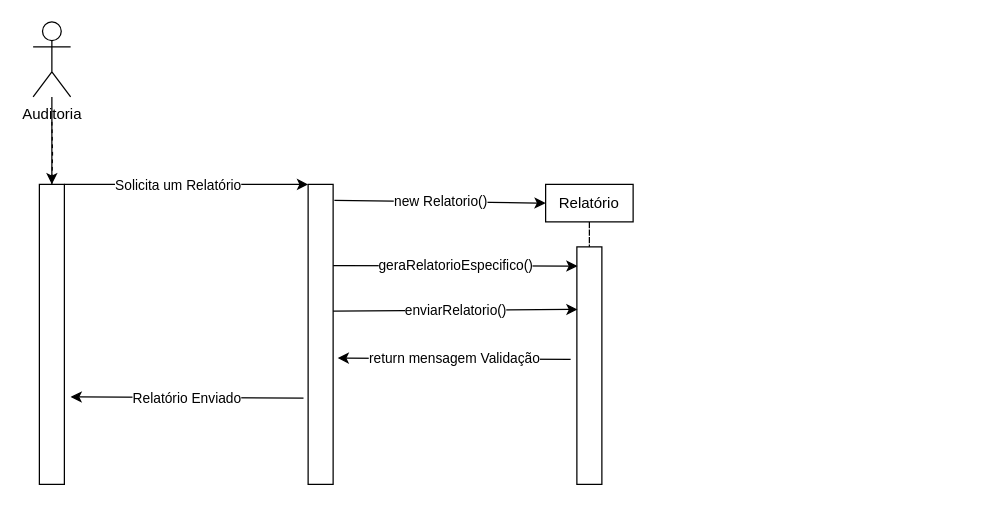
unifgabsantos/StockFEI keeps this draw.io diagram as DealBroker/DiagramasDeSequencia/UC005/Diagrama.drawio. Above is the earlier version. Source tidied: cells renumbered, new cells numbered last; positions are measured from the earlier drawing's top-left corner, leaving out a move shared by most shapes. Both pictures are drawn from the tidied source at 125%, with x=0, y=0 at pixel (32, 21).
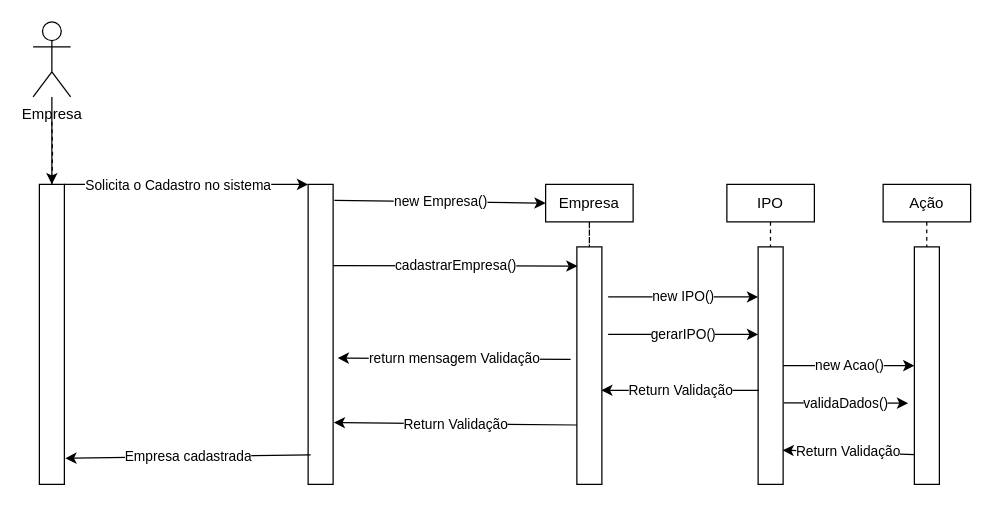
Above is the later version.

The change refers to these unchanged cells:
```xml
<mxCell id="5" style="edgeStyle=orthogonalEdgeStyle;rounded=0;jettySize=auto;html=1;exitX=1;exitY=0;exitDx=0;exitDy=0;entryX=0;entryY=0;entryDx=0;entryDy=0;endArrow=classic;endFill=1;" parent="1" edge="1" source="7" target="8">
  <mxGeometry relative="1" as="geometry">
    <Array as="points">
      <mxPoint x="120" y="130" />
      <mxPoint x="120" y="130" />
    </Array>
  </mxGeometry>
</mxCell>
<mxCell id="7" style="rounded=0;whiteSpace=wrap;html=1;fontStyle=1;" parent="1" vertex="1">
  <mxGeometry x="5" y="130" width="20" height="240" as="geometry" />
</mxCell>
<mxCell id="8" style="rounded=0;whiteSpace=wrap;html=1;fontStyle=1;" parent="1" vertex="1">
  <mxGeometry x="220" y="130" width="20" height="240" as="geometry" />
</mxCell>
<mxCell id="11" style="rounded=0;whiteSpace=wrap;html=1;fontStyle=1;" parent="1" vertex="1">
  <mxGeometry x="435" y="180" width="20" height="190" as="geometry" />
</mxCell>
```

Change to the diagram source:
```diff
@@
-    <mxCell id="4" value="Auditoria" style="shape=umlActor;verticalLabelPosition=bottom;verticalAlign=top;html=1;outlineConnect=0;" parent="1" vertex="1">
+    <mxCell id="4" value="Empresa" style="shape=umlActor;verticalLabelPosition=bottom;verticalAlign=top;html=1;outlineConnect=0;" parent="1" vertex="1">
       <mxGeometry width="30" height="60" as="geometry" />
     </mxCell>
@@
-    <mxCell id="6" value="Solicita um Relatório" style="edgeLabel;html=1;align=center;verticalAlign=middle;" parent="5" vertex="1">
+    <mxCell id="6" value="Solicita o Cadastro no sistema" style="edgeLabel;html=1;align=center;verticalAlign=middle;" parent="5" vertex="1">
       <mxGeometry x="-0.08" relative="1" as="geometry" />
     </mxCell>
@@
-    <mxCell id="10" value="Relatório" style="rounded=0;whiteSpace=wrap;html=1;" parent="1" vertex="1">
+    <mxCell id="10" value="Empresa" style="rounded=0;whiteSpace=wrap;html=1;" parent="1" vertex="1">
       <mxGeometry x="410" y="130" width="70" height="30" as="geometry" />
     </mxCell>
@@
-    <mxCell id="12" value="new Relatorio()" style="endArrow=classic;html=1;rounded=0;exitX=1.05;exitY=0.053;exitDx=0;exitDy=0;exitPerimeter=0;entryX=0;entryY=0.5;entryDx=0;entryDy=0;" parent="1" edge="1" source="8" target="10">
+    <mxCell id="12" value="new Empresa()" style="endArrow=classic;html=1;rounded=0;exitX=1.05;exitY=0.053;exitDx=0;exitDy=0;exitPerimeter=0;entryX=0;entryY=0.5;entryDx=0;entryDy=0;" parent="1" edge="1" source="8" target="10">
       <mxGeometry relative="1" as="geometry" />
     </mxCell>
-    <mxCell id="13" value="geraRelatorioEspecifico()" style="endArrow=classic;html=1;rounded=0;entryX=0.025;entryY=0.081;entryDx=0;entryDy=0;entryPerimeter=0;endFill=1;" parent="1" edge="1" target="11">
+    <mxCell id="13" value="cadastrarEmpresa()" style="endArrow=classic;html=1;rounded=0;entryX=0.025;entryY=0.081;entryDx=0;entryDy=0;entryPerimeter=0;endFill=1;" parent="1" edge="1" target="11">
       <mxGeometry relative="1" as="geometry">
         <mxPoint x="240" y="195" as="sourcePoint" />
       </mxGeometry>
     </mxCell>
@@
-    <mxCell id="15" value="enviarRelatorio()" style="endArrow=classic;html=1;rounded=0;exitX=1;exitY=0.25;exitDx=0;exitDy=0;entryX=0.025;entryY=0.081;entryDx=0;entryDy=0;entryPerimeter=0;endFill=1;" parent="1" edge="1">
-      <mxGeometry relative="1" as="geometry">
-        <mxPoint x="240" y="231.4" as="sourcePoint" />
-        <mxPoint x="435.5" y="230" as="targetPoint" />
-      </mxGeometry>
-    </mxCell>
-    <mxCell id="16" value="Relatório Enviado" style="endArrow=classic;html=1;rounded=0;entryX=1.183;entryY=0.579;entryDx=0;entryDy=0;endFill=1;entryPerimeter=0;" parent="1" edge="1">
-      <mxGeometry relative="1" as="geometry">
-        <mxPoint x="216.3" y="301" as="sourcePoint" />
-        <mxPoint x="30" y="300" as="targetPoint" />
-      </mxGeometry>
+    <mxCell id="16" value="Empresa cadastrada" style="endArrow=classic;html=1;rounded=0;entryX=1.037;entryY=0.913;entryDx=0;entryDy=0;endFill=1;entryPerimeter=0;exitX=0.1;exitY=0.902;exitDx=0;exitDy=0;exitPerimeter=0;" parent="1" edge="1" source="8" target="7">
+      <mxGeometry relative="1" as="geometry" />
     </mxCell>
+    <mxCell id="17" style="rounded=0;whiteSpace=wrap;html=1;fontStyle=1;" parent="1" vertex="1">
+      <mxGeometry x="580" y="180" width="20" height="190" as="geometry" />
+    </mxCell>
+    <mxCell id="18" value="IPO" style="rounded=0;whiteSpace=wrap;html=1;" parent="1" vertex="1">
+      <mxGeometry x="555" y="130" width="70" height="30" as="geometry" />
+    </mxCell>
+    <mxCell id="19" style="edgeStyle=orthogonalEdgeStyle;rounded=0;orthogonalLoop=1;jettySize=auto;html=1;endArrow=none;endFill=0;dashed=1;" parent="1" edge="1">
+      <mxGeometry relative="1" as="geometry">
+        <mxPoint x="589.9" y="160" as="sourcePoint" />
+        <mxPoint x="589.9" y="180" as="targetPoint" />
+      </mxGeometry>
+    </mxCell>
+    <mxCell id="20" value="new IPO()" style="endArrow=classic;html=1;rounded=0;entryX=0;entryY=0.211;entryDx=0;entryDy=0;entryPerimeter=0;" parent="1" edge="1" target="17">
+      <mxGeometry relative="1" as="geometry">
+        <mxPoint x="460" y="220" as="sourcePoint" />
+      </mxGeometry>
+    </mxCell>
+    <mxCell id="21" value="gerarIPO()" style="endArrow=classic;html=1;rounded=0;endFill=1;exitX=1.25;exitY=0.368;exitDx=0;exitDy=0;exitPerimeter=0;" parent="1" edge="1" source="11">
+      <mxGeometry relative="1" as="geometry">
+        <mxPoint x="580" y="250" as="targetPoint" />
+      </mxGeometry>
+    </mxCell>
+    <mxCell id="22" style="rounded=0;whiteSpace=wrap;html=1;fontStyle=1;" parent="1" vertex="1">
+      <mxGeometry x="705" y="180" width="20" height="190" as="geometry" />
+    </mxCell>
+    <mxCell id="23" value="Ação" style="rounded=0;whiteSpace=wrap;html=1;" parent="1" vertex="1">
+      <mxGeometry x="680" y="130" width="70" height="30" as="geometry" />
+    </mxCell>
+    <mxCell id="24" style="edgeStyle=orthogonalEdgeStyle;rounded=0;orthogonalLoop=1;jettySize=auto;html=1;endArrow=none;endFill=0;dashed=1;" parent="1" edge="1">
+      <mxGeometry relative="1" as="geometry">
+        <mxPoint x="714.9" y="160" as="sourcePoint" />
+        <mxPoint x="714.9" y="180" as="targetPoint" />
+      </mxGeometry>
+    </mxCell>
+    <mxCell id="25" value="new Acao()" style="endArrow=classic;html=1;rounded=0;endFill=1;exitX=1;exitY=0.5;exitDx=0;exitDy=0;entryX=0;entryY=0.5;entryDx=0;entryDy=0;" parent="1" edge="1" source="17" target="22">
+      <mxGeometry relative="1" as="geometry" />
+    </mxCell>
+    <mxCell id="26" value="validaDados()" style="endArrow=classic;html=1;rounded=0;endFill=1;exitX=1.025;exitY=0.657;exitDx=0;exitDy=0;exitPerimeter=0;" parent="1" edge="1" source="17">
+      <mxGeometry relative="1" as="geometry">
+        <mxPoint x="700" y="305" as="targetPoint" />
+      </mxGeometry>
+    </mxCell>
+    <mxCell id="27" value="Return Validação" style="endArrow=classic;html=1;rounded=0;endFill=1;entryX=0.979;entryY=0.856;entryDx=0;entryDy=0;exitX=0.014;exitY=0.875;exitDx=0;exitDy=0;entryPerimeter=0;exitPerimeter=0;" parent="1" edge="1" source="22" target="17">
+      <mxGeometry relative="1" as="geometry" />
+    </mxCell>
+    <mxCell id="28" value="Return Validação" style="endArrow=classic;html=1;rounded=0;endFill=1;entryX=0.974;entryY=0.604;entryDx=0;entryDy=0;exitX=0.034;exitY=0.604;exitDx=0;exitDy=0;entryPerimeter=0;exitPerimeter=0;" parent="1" edge="1" source="17" target="11">
+      <mxGeometry relative="1" as="geometry" />
+    </mxCell>
+    <mxCell id="29" value="Return Validação" style="endArrow=classic;html=1;rounded=0;endFill=1;entryX=1.027;entryY=0.794;entryDx=0;entryDy=0;exitX=0;exitY=0.75;exitDx=0;exitDy=0;entryPerimeter=0;" parent="1" edge="1" source="11" target="8">
+      <mxGeometry relative="1" as="geometry" />
+    </mxCell>
```
